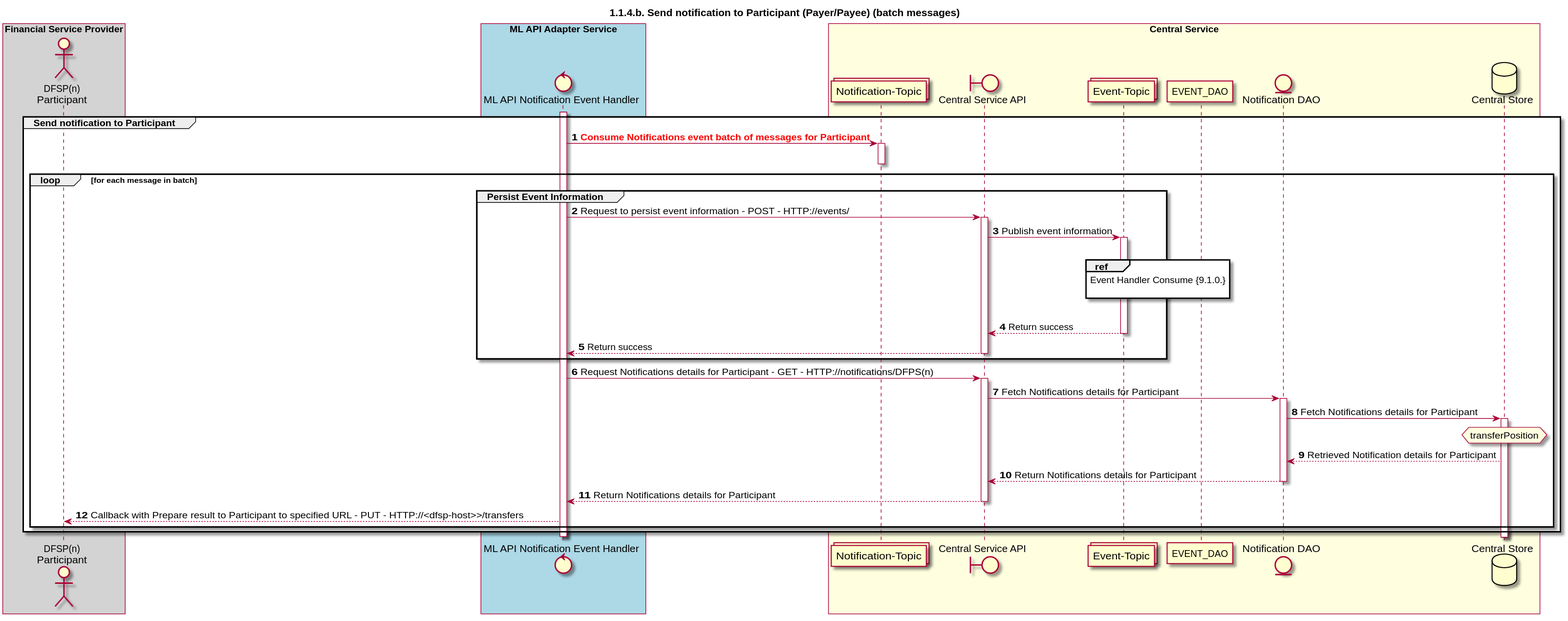
The PlantUML diagram CentralServices/seq_diagrams/seq-prepare-1.1.4.b.svg in ggrg/docs, before a commit.
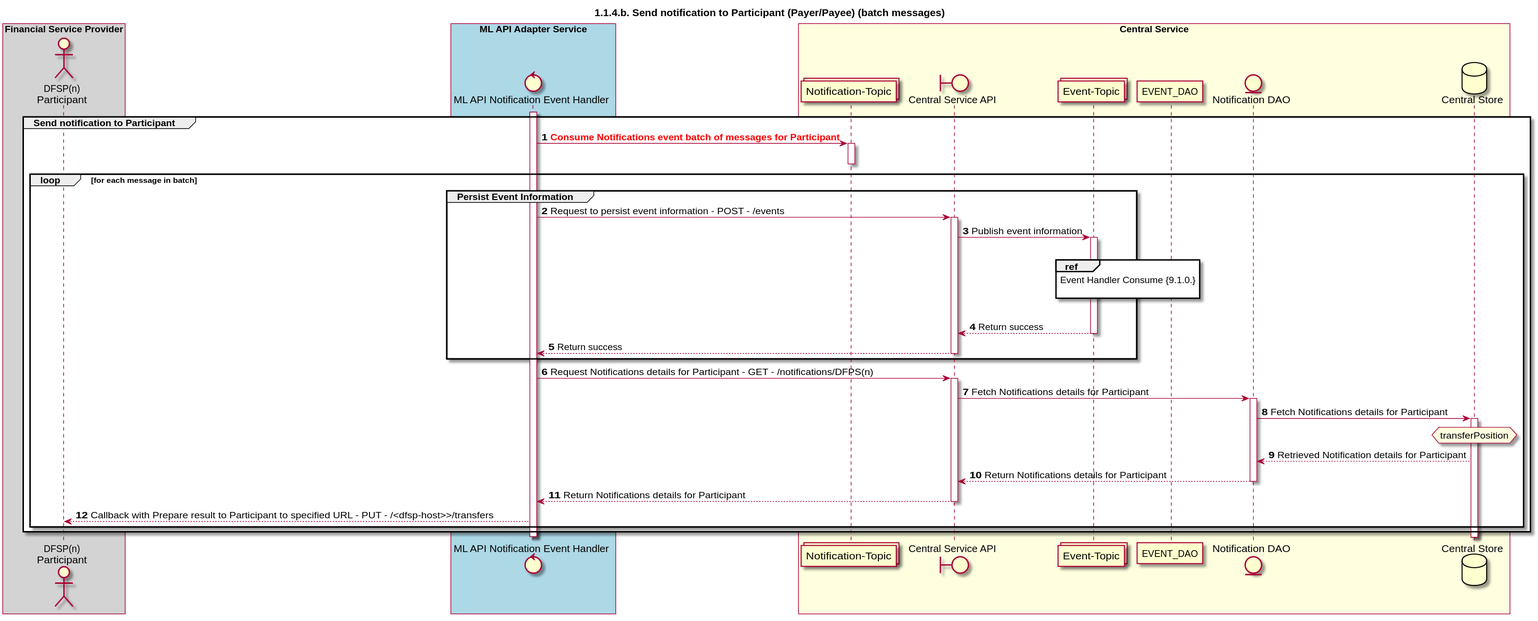
Later version of the same file.

Commit message:
seq diagrams http removal and golden path arch diagram edit (#28)

Diff of the diagram source:
```diff
@@ -36,7 +36,7 @@
     deactivate TOPIC_NOTIFICATIONS
     loop for each message in batch
         group Persist Event Information
-            NOTIFY_HANDLER -> CSAPI: Request to persist event information - POST - HTTP://events/
+            NOTIFY_HANDLER -> CSAPI: Request to persist event information - POST - /events
             activate CSAPI
             CSAPI -> TOPIC_EVENTS: Publish event information
             activate TOPIC_EVENTS
@@ -48,7 +48,7 @@
             CSAPI --> NOTIFY_HANDLER: Return success
             deactivate CSAPI
         end
-        NOTIFY_HANDLER -> CSAPI: Request Notifications details for Participant - GET - HTTP://notifications/DFPS(n)
+        NOTIFY_HANDLER -> CSAPI: Request Notifications details for Participant - GET - /notifications/DFPS(n)
         activate CSAPI
         CSAPI -> NOTIFY_DAO: Fetch Notifications details for Participant
         activate NOTIFY_DAO
@@ -62,7 +62,7 @@
         deactivate NOTIFY_DAO
         CSAPI --> NOTIFY_HANDLER: Return Notifications details for Participant
         deactivate CSAPI
-        NOTIFY_HANDLER --> DFSP: Callback with Prepare result to Participant to specified URL - PUT - HTTP://<dfsp-host>>/transfers
+        NOTIFY_HANDLER --> DFSP: Callback with Prepare result to Participant to specified URL - PUT - /<dfsp-host>>/transfers
     end
 end
 deactivate NOTIFY_HANDLER
```
